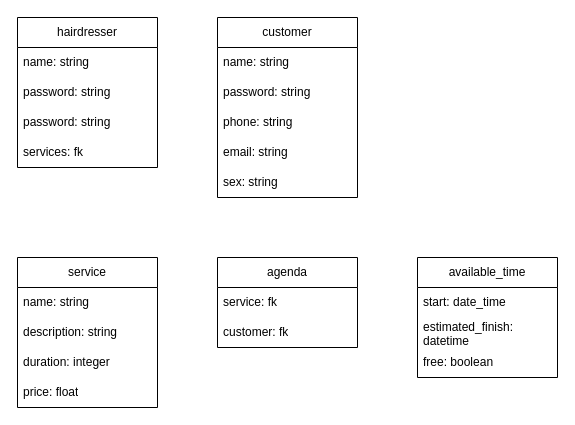
This is dre.drawio from J-Costa/hair, a draw.io file, before an edit. Source tidied: cells renumbered, new cells numbered last; positions are measured from the earlier drawing's top-left corner, leaving out a move shared by most shapes. Both pictures are drawn from the tidied source at 100%, with x=0, y=0 at pixel (17, 17).
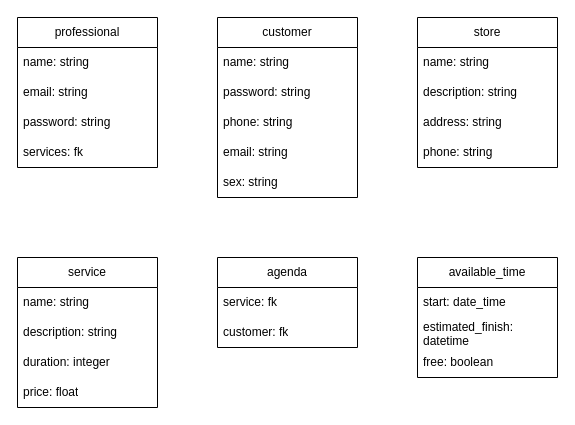
Above is the later version.

Diff of the diagram source:
```diff
@@
-    <mxCell id="8" value="hairdresser" style="swimlane;fontStyle=0;horizontal=1;startSize=30;whiteSpace=wrap;html=1;" parent="1" vertex="1">
+    <mxCell id="8" value="professional" style="swimlane;fontStyle=0;horizontal=1;startSize=30;whiteSpace=wrap;html=1;" parent="1" vertex="1">
       <mxGeometry width="140" height="150" as="geometry" />
     </mxCell>
@@
+    <mxCell id="25" value="email: string" style="text;strokeColor=none;fillColor=none;align=left;verticalAlign=middle;spacingLeft=4;spacingRight=4;overflow=hidden;whiteSpace=wrap;html=1;" parent="8" vertex="1">
+      <mxGeometry y="60" width="140" height="30" as="geometry" />
+    </mxCell>
     <mxCell id="10" value="password: string" style="text;strokeColor=none;fillColor=none;align=left;verticalAlign=middle;spacingLeft=4;spacingRight=4;overflow=hidden;whiteSpace=wrap;html=1;" parent="8" vertex="1">
-      <mxGeometry y="60" width="140" height="30" as="geometry" />
+      <mxGeometry y="90" width="140" height="30" as="geometry" />
     </mxCell>
-    <mxCell id="11" value="password: string" style="text;strokeColor=none;fillColor=none;align=left;verticalAlign=middle;spacingLeft=4;spacingRight=4;overflow=hidden;whiteSpace=wrap;html=1;" parent="8" vertex="1">
-      <mxGeometry y="90" width="140" height="30" as="geometry" />
-    </mxCell>
@@
+    <mxCell id="26" value="store" style="swimlane;fontStyle=0;horizontal=1;startSize=30;whiteSpace=wrap;html=1;" parent="1" vertex="1">
+      <mxGeometry x="400" width="140" height="150" as="geometry" />
+    </mxCell>
+    <mxCell id="27" value="name: string" style="text;strokeColor=none;fillColor=none;align=left;verticalAlign=middle;spacingLeft=4;spacingRight=4;overflow=hidden;whiteSpace=wrap;html=1;" parent="26" vertex="1">
+      <mxGeometry y="30" width="140" height="30" as="geometry" />
+    </mxCell>
+    <mxCell id="28" value="description: string" style="text;strokeColor=none;fillColor=none;align=left;verticalAlign=middle;spacingLeft=4;spacingRight=4;overflow=hidden;whiteSpace=wrap;html=1;" parent="26" vertex="1">
+      <mxGeometry y="60" width="140" height="30" as="geometry" />
+    </mxCell>
+    <mxCell id="29" value="address: string" style="text;strokeColor=none;fillColor=none;align=left;verticalAlign=middle;spacingLeft=4;spacingRight=4;overflow=hidden;whiteSpace=wrap;html=1;" parent="26" vertex="1">
+      <mxGeometry y="90" width="140" height="30" as="geometry" />
+    </mxCell>
+    <mxCell id="30" value="phone: string" style="text;strokeColor=none;fillColor=none;align=left;verticalAlign=middle;spacingLeft=4;spacingRight=4;overflow=hidden;whiteSpace=wrap;html=1;" parent="26" vertex="1">
+      <mxGeometry y="120" width="140" height="30" as="geometry" />
+    </mxCell>
```
